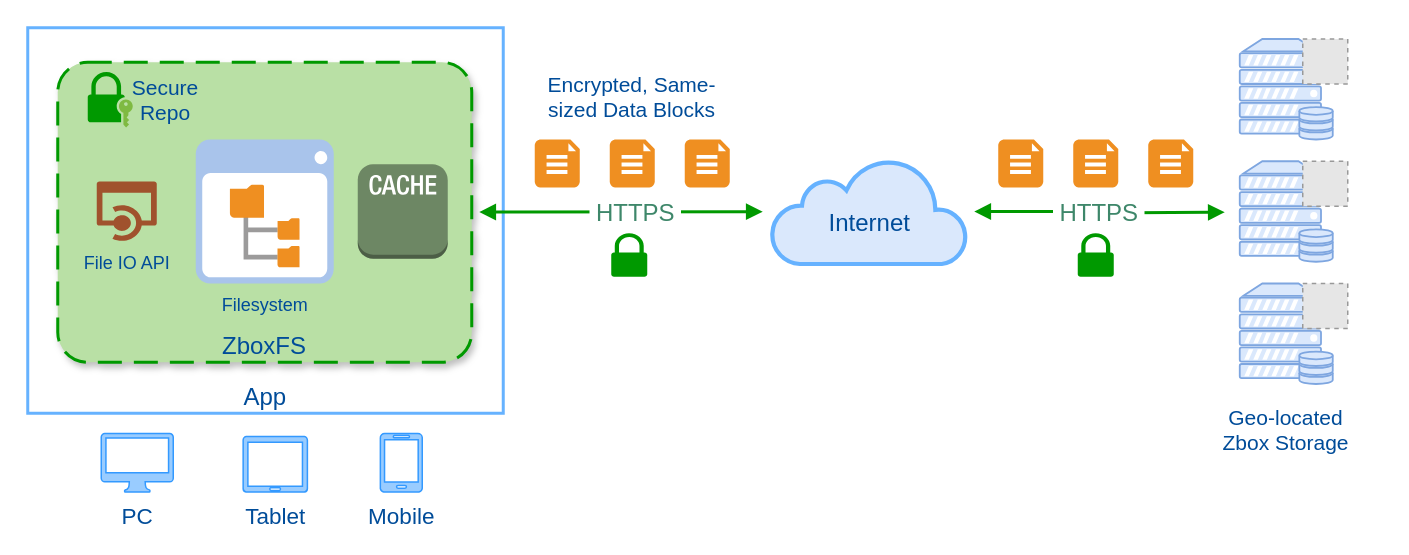
zboxfs/zbox-docs keeps this draw.io diagram as design/overview.drawio. Above is the earlier version. Source tidied: cells renumbered, new cells numbered last; positions are measured from the earlier drawing's top-left corner, leaving out a move shared by most shapes. Both pictures are drawn from the tidied source at 150%, with x=0, y=0 at pixel (27, 27). Pictures stored in the file or linked from it are replaced by grey dashed boxes.
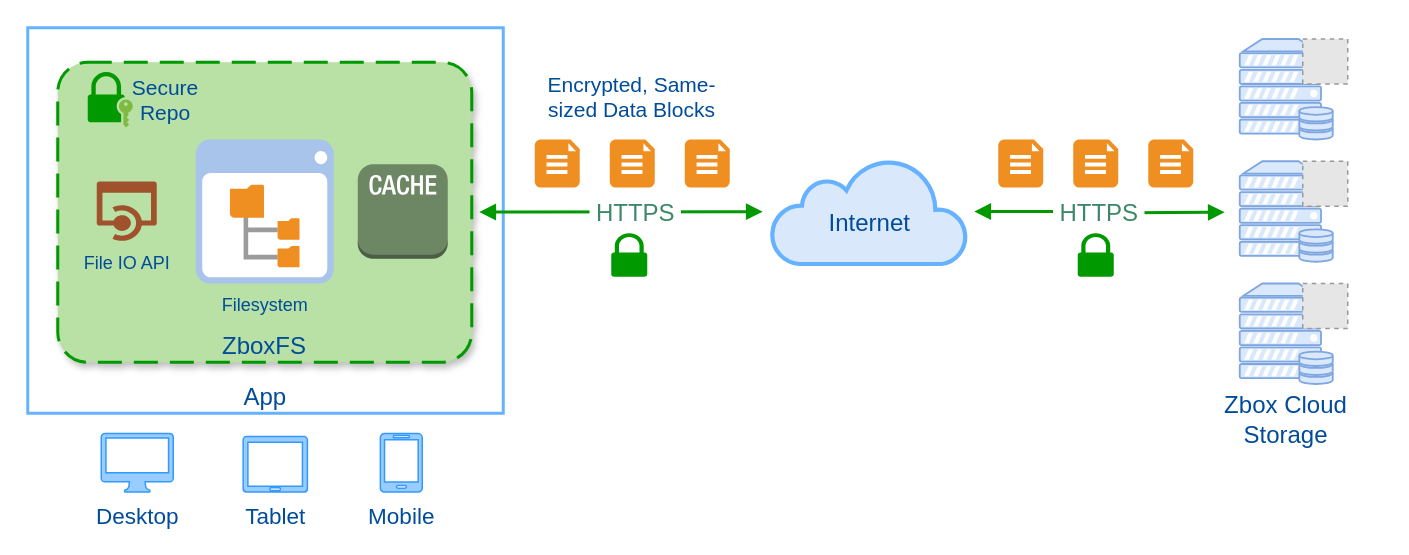
After the change.

Commit message (it also covers changes not shown here):
update introduction and overview diagram

Change to the diagram source:
```diff
@@
-    <mxCell id="10" value="PC" style="shadow=0;dashed=0;html=1;strokeColor=#3399FF;fillColor=#99CCFF;labelPosition=center;verticalLabelPosition=bottom;verticalAlign=top;align=center;shape=mxgraph.office.devices.mac_client;rounded=0;glass=0;comic=0;fontSize=15;fontColor=#004C99;" parent="1" vertex="1">
+    <mxCell id="10" value="Desktop" style="shadow=0;dashed=0;html=1;strokeColor=#3399FF;fillColor=#99CCFF;labelPosition=center;verticalLabelPosition=bottom;verticalAlign=top;align=center;shape=mxgraph.office.devices.mac_client;rounded=0;glass=0;comic=0;fontSize=15;fontColor=#004C99;" parent="1" vertex="1">
       <mxGeometry x="49" y="270.5" width="48" height="39" as="geometry" />
     </mxCell>
@@
-    <mxCell id="28" value="&lt;div align=&quot;center&quot;&gt;Geo-located Zbox Storage&lt;br&gt;&lt;/div&gt;" style="text;html=1;strokeColor=none;fillColor=none;align=center;verticalAlign=middle;whiteSpace=wrap;rounded=0;fontSize=14;fontColor=#004C99;" parent="1" vertex="1">
-      <mxGeometry x="787" y="258" width="104" height="20" as="geometry" />
+    <mxCell id="28" value="&lt;div style=&quot;font-size: 16px;&quot; align=&quot;center&quot;&gt;Zbox Cloud Storage&lt;br style=&quot;font-size: 16px;&quot;&gt;&lt;/div&gt;" style="text;html=1;strokeColor=none;fillColor=none;align=center;verticalAlign=middle;whiteSpace=wrap;rounded=0;fontSize=16;fontColor=#004C99;" parent="1" vertex="1">
+      <mxGeometry x="774" y="250.5" width="130" height="20" as="geometry" />
     </mxCell>
```
